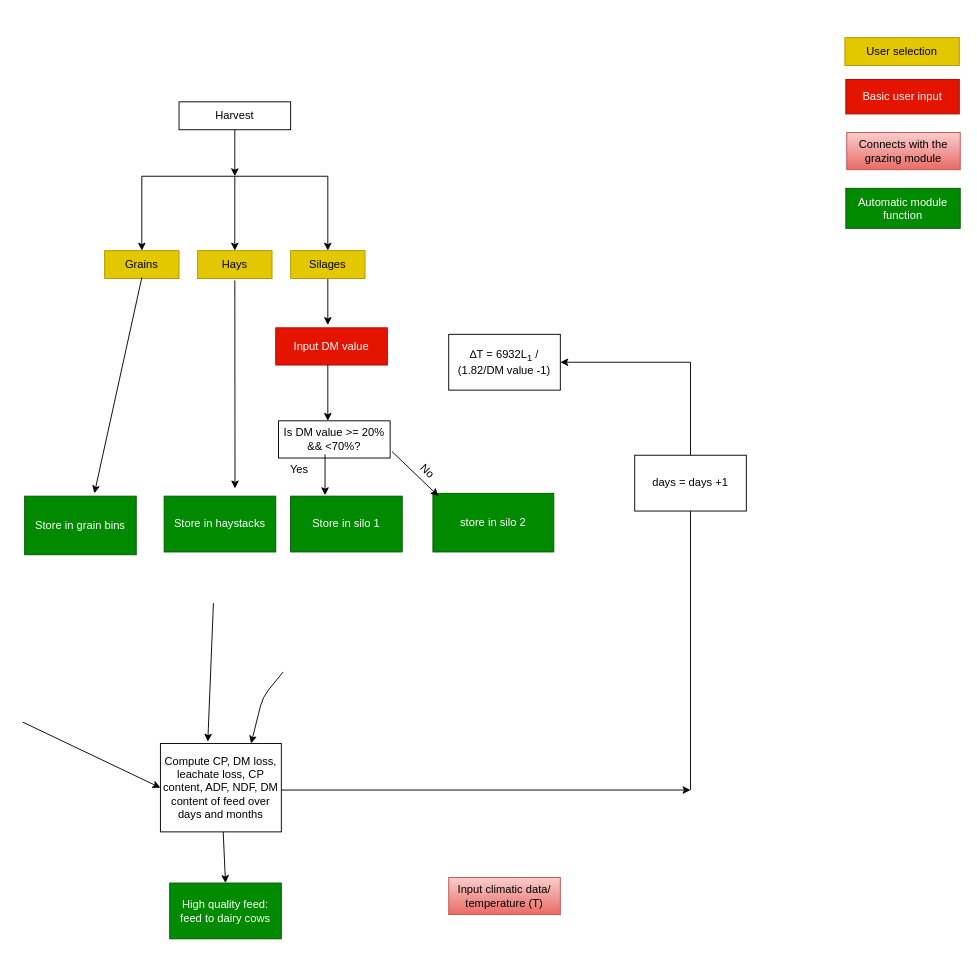
This is Untitled Diagram.drawio from Victor-Oribamise/AnimalMachineLerning, a draw.io file, before an edit. Source tidied: cells renumbered, new cells numbered last; positions are measured from the earlier drawing's top-left corner, leaving out a move shared by most shapes. Both pictures are drawn from the tidied source at 93%, with x=0, y=0 at pixel (22, 37).
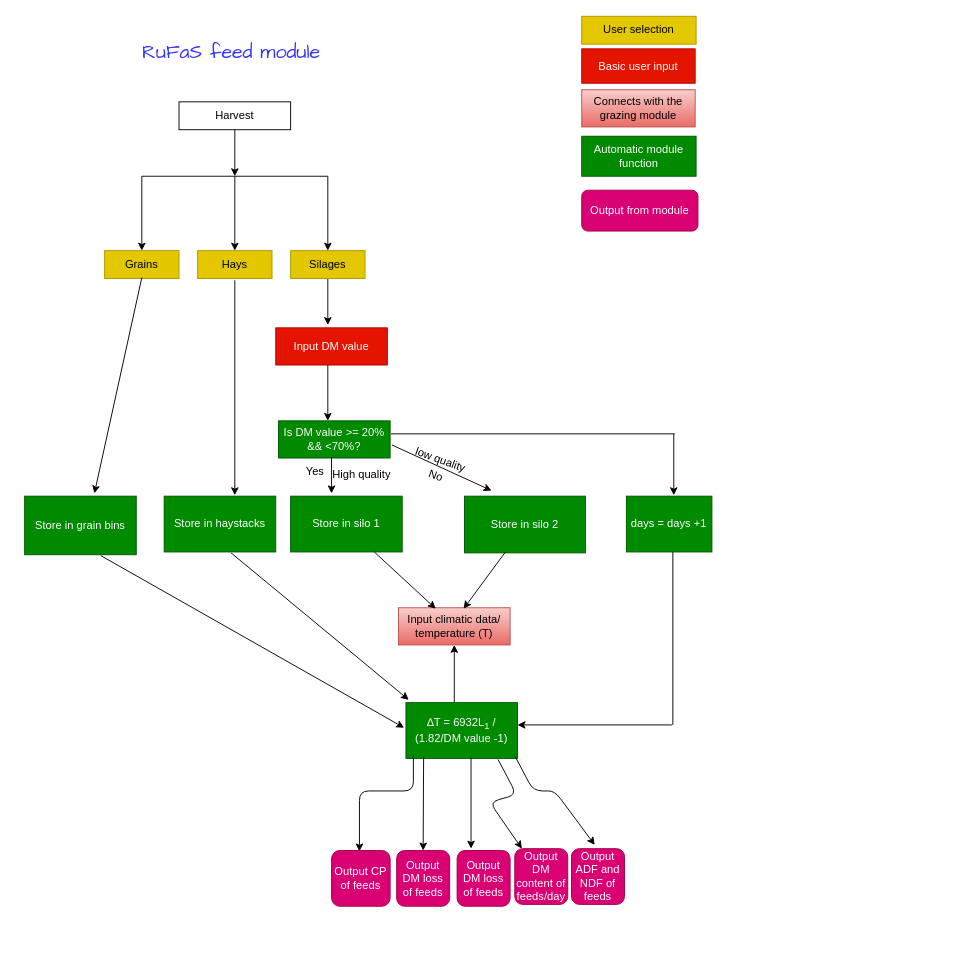
Above is the later version.

The change refers to these unchanged cells:
```xml
<mxCell id="20" value="Store in silo 1" style="rounded=0;whiteSpace=wrap;html=1;fillColor=#008a00;strokeColor=#005700;fontColor=#ffffff;" parent="1" vertex="1">
  <mxGeometry x="288" y="493" width="120" height="60" as="geometry" />
</mxCell>
<mxCell id="21" value="Store in haystacks" style="rounded=0;whiteSpace=wrap;html=1;fillColor=#008a00;strokeColor=#005700;fontColor=#ffffff;" parent="1" vertex="1">
  <mxGeometry x="152" y="493" width="120" height="60" as="geometry" />
</mxCell>
```

Change to the diagram source:
```diff
@@
     <mxCell id="11" value="Input climatic data/ temperature (T)" style="rounded=0;whiteSpace=wrap;html=1;fillColor=#f8cecc;strokeColor=#b85450;gradientColor=#ea6b66;" parent="1" vertex="1">
-      <mxGeometry x="458" y="903" width="120" height="40" as="geometry" />
+      <mxGeometry x="404" y="613" width="120" height="40" as="geometry" />
     </mxCell>
@@
-    <mxCell id="13" value="Is DM value &amp;gt;= 20% &amp;amp;&amp;amp; &amp;lt;70%?" style="rounded=0;whiteSpace=wrap;html=1;" parent="1" vertex="1">
+    <mxCell id="13" value="Is DM value &amp;gt;= 20% &amp;amp;&amp;amp; &amp;lt;70%?" style="rounded=0;whiteSpace=wrap;html=1;fillColor=#008a00;strokeColor=#005700;fontColor=#ffffff;" parent="1" vertex="1">
       <mxGeometry x="275" y="412" width="120" height="40" as="geometry" />
     </mxCell>
-    <mxCell id="14" style="endArrow=classic;html=1;" parent="1" edge="1">
-      <mxGeometry relative="1" as="geometry">
-        <mxPoint x="325" y="448" as="sourcePoint" />
-        <mxPoint x="325" y="492" as="targetPoint" />
-      </mxGeometry>
-    </mxCell>
-    <mxCell id="15" value="No" style="text;html=1;align=center;verticalAlign=middle;strokeColor=none;rotation=45;" parent="1" vertex="1">
-      <mxGeometry x="420" y="456" width="30" height="20" as="geometry" />
+    <mxCell id="15" value="No" style="text;html=1;align=center;verticalAlign=middle;strokeColor=none;rotation=20;" parent="1" vertex="1">
+      <mxGeometry x="429" y="461" width="30" height="20" as="geometry" />
     </mxCell>
-    <mxCell id="16" value="store in silo 2" style="rounded=0;whiteSpace=wrap;html=1;fillColor=#008a00;strokeColor=#005700;fontColor=#ffffff;" parent="1" vertex="1">
-      <mxGeometry x="441" y="490" width="130" height="63" as="geometry" />
+    <mxCell id="16" value="Store in silo 2" style="rounded=0;whiteSpace=wrap;html=1;fillColor=#008a00;strokeColor=#005700;fontColor=#ffffff;" parent="1" vertex="1">
+      <mxGeometry x="475" y="493" width="130" height="61" as="geometry" />
     </mxCell>
-    <mxCell id="17" style="endArrow=classic;html=1;entryX=0.635;entryY=-0.138;entryDx=0;entryDy=0;entryPerimeter=0;" parent="1" edge="1" target="21">
+    <mxCell id="17" style="endArrow=classic;html=1;" parent="1" edge="1">
       <mxGeometry relative="1" as="geometry">
         <mxPoint x="228" y="261" as="sourcePoint" />
+        <mxPoint x="228" y="492" as="targetPoint" />
       </mxGeometry>
     </mxCell>
@@
-    <mxCell id="19" value="Compute CP, DM loss, leachate loss, CP content, ADF, NDF, DM content of feed over days and months" style="rounded=0;whiteSpace=wrap;html=1;" parent="1" vertex="1">
-      <mxGeometry x="148" y="759" width="130" height="95" as="geometry" />
-    </mxCell>
@@
-    <mxCell id="23" style="endArrow=classic;html=1;" parent="1" edge="1">
-      <mxGeometry relative="1" as="geometry">
-        <mxPoint x="278" y="809" as="sourcePoint" />
-        <mxPoint x="718" y="809" as="targetPoint" />
-      </mxGeometry>
-    </mxCell>
-    <mxCell id="24" style="endArrow=none;html=1;" parent="1" edge="1" target="25">
-      <mxGeometry relative="1" as="geometry">
-        <mxPoint x="718" y="809" as="sourcePoint" />
-      </mxGeometry>
-    </mxCell>
-    <mxCell id="25" value="days = days +1" style="rounded=0;whiteSpace=wrap;html=1;" parent="1" vertex="1">
-      <mxGeometry x="658" y="449" width="120" height="60" as="geometry" />
+    <mxCell id="25" value="days = days +1" style="rounded=0;whiteSpace=wrap;html=1;fillColor=#008a00;strokeColor=#005700;fontColor=#ffffff;" parent="1" vertex="1">
+      <mxGeometry x="649" y="493" width="92" height="60" as="geometry" />
     </mxCell>
-    <mxCell id="26" value="&lt;p&gt;&lt;span&gt;∆&lt;/span&gt;T = 6932L&lt;sub&gt;1&lt;/sub&gt; / (1.82/DM value -1)&lt;br&gt;&lt;/p&gt;&lt;sub&gt;&lt;/sub&gt;" style="rounded=0;whiteSpace=wrap;html=1;" parent="1" vertex="1">
-      <mxGeometry x="458" y="319" width="120" height="60" as="geometry" />
+    <mxCell id="26" value="&lt;p&gt;&lt;span&gt;∆&lt;/span&gt;T = 6932L&lt;sub&gt;1&lt;/sub&gt; / (1.82/DM value -1)&lt;br&gt;&lt;/p&gt;&lt;sub&gt;&lt;/sub&gt;" style="rounded=0;whiteSpace=wrap;html=1;fillColor=#008a00;strokeColor=#005700;fontColor=#ffffff;" parent="1" vertex="1">
+      <mxGeometry x="412" y="715" width="120" height="60" as="geometry" />
     </mxCell>
-    <mxCell id="27" style="endArrow=none;html=1;" parent="1" edge="1">
-      <mxGeometry relative="1" as="geometry">
-        <mxPoint x="718" y="449" as="sourcePoint" />
-        <mxPoint x="718" y="349" as="targetPoint" />
-      </mxGeometry>
-    </mxCell>
-    <mxCell id="28" style="endArrow=classic;html=1;" parent="1" edge="1">
-      <mxGeometry relative="1" as="geometry">
-        <mxPoint x="718" y="349" as="sourcePoint" />
-        <mxPoint x="578" y="349" as="targetPoint" />
-      </mxGeometry>
-    </mxCell>
-    <mxCell id="29" style="endArrow=classic;html=1;" parent="1" edge="1">
-      <mxGeometry relative="1" as="geometry">
-        <mxPoint x="215.5" y="854" as="sourcePoint" />
-        <mxPoint x="218" y="909" as="targetPoint" />
-      </mxGeometry>
-    </mxCell>
-    <mxCell id="30" style="endArrow=classic;html=1;entryX=0.392;entryY=-0.021;entryDx=0;entryDy=0;entryPerimeter=0;" parent="1" edge="1" target="19">
+    <mxCell id="30" style="endArrow=classic;html=1;" parent="1" edge="1">
       <mxGeometry relative="1" as="geometry">
-        <mxPoint x="205" y="608" as="sourcePoint" />
+        <mxPoint x="84" y="557" as="sourcePoint" />
+        <mxPoint x="410" y="742" as="targetPoint" />
       </mxGeometry>
     </mxCell>
-    <mxCell id="31" style="endArrow=classic;html=1;entryX=0;entryY=0.5;entryDx=0;entryDy=0;" parent="1" edge="1" target="19">
-      <mxGeometry relative="1" as="geometry">
-        <mxPoint y="736" as="sourcePoint" />
-      </mxGeometry>
-    </mxCell>
-    <mxCell id="32" style="endArrow=classic;html=1;entryX=0.75;entryY=0;entryDx=0;entryDy=0;" parent="1" edge="1" target="19">
-      <mxGeometry relative="1" as="geometry">
-        <mxPoint x="280" y="682" as="sourcePoint" />
-        <Array as="points">
-          <mxPoint x="258" y="709" />
-        </Array>
-      </mxGeometry>
-    </mxCell>
-    <mxCell id="33" value="High quality feed: feed to dairy cows" style="rounded=0;whiteSpace=wrap;html=1;fillColor=#008a00;strokeColor=#005700;fontColor=#ffffff;" parent="1" vertex="1">
-      <mxGeometry x="158" y="909" width="120" height="60" as="geometry" />
-    </mxCell>
     <mxCell id="34" value="User selection" style="rounded=0;whiteSpace=wrap;html=1;fillColor=#e3c800;strokeColor=#B09500;fontColor=#000000;" parent="1" vertex="1">
-      <mxGeometry x="884" width="123" height="30" as="geometry" />
+      <mxGeometry x="601" y="-23" width="123" height="30" as="geometry" />
     </mxCell>
@@
     <mxCell id="36" value="Basic user input" style="rounded=0;whiteSpace=wrap;html=1;fillColor=#e51400;strokeColor=#B20000;fontColor=#ffffff;" parent="1" vertex="1">
-      <mxGeometry x="885" y="45" width="122" height="37" as="geometry" />
+      <mxGeometry x="601" y="12" width="122" height="37" as="geometry" />
     </mxCell>
     <mxCell id="37" value="Connects with the grazing module" style="rounded=0;whiteSpace=wrap;html=1;fillColor=#f8cecc;strokeColor=#b85450;gradientColor=#ea6b66;" parent="1" vertex="1">
-      <mxGeometry x="886" y="102" width="122" height="40" as="geometry" />
+      <mxGeometry x="601" y="56" width="122" height="40" as="geometry" />
     </mxCell>
@@
     <mxCell id="39" value="Automatic module function" style="rounded=0;whiteSpace=wrap;html=1;fillColor=#008a00;strokeColor=#005700;fontColor=#ffffff;" parent="1" vertex="1">
-      <mxGeometry x="885" y="162" width="123" height="43" as="geometry" />
+      <mxGeometry x="601" y="106" width="123" height="43" as="geometry" />
     </mxCell>
     <mxCell id="40" value="Yes" style="text;html=1;align=center;verticalAlign=middle;strokeColor=none;" parent="1" vertex="1">
-      <mxGeometry x="282" y="456" width="30" height="18" as="geometry" />
+      <mxGeometry x="299" y="458" width="30" height="18" as="geometry" />
     </mxCell>
-    <mxCell id="41" style="endArrow=classic;html=1;" parent="1" edge="1">
-      <mxGeometry relative="1" as="geometry">
-        <mxPoint x="397" y="445" as="sourcePoint" />
-        <mxPoint x="447" y="493" as="targetPoint" />
-      </mxGeometry>
-    </mxCell>
+    <mxCell id="42" value="low quality" style="text;html=1;align=center;verticalAlign=middle;strokeColor=none;rotation=20;" parent="1" vertex="1">
+      <mxGeometry x="416" y="445" width="66" height="18" as="geometry" />
+    </mxCell>
+    <mxCell id="43" value="High quality" style="text;html=1;align=center;verticalAlign=middle;strokeColor=none;" parent="1" vertex="1">
+      <mxGeometry x="327" y="461" width="73" height="18" as="geometry" />
+    </mxCell>
+    <mxCell id="44" style="endArrow=classic;html=1;exitX=0.75;exitY=1;exitDx=0;exitDy=0;" parent="1" edge="1" source="20">
+      <mxGeometry relative="1" as="geometry">
+        <mxPoint x="444" y="614" as="targetPoint" />
+      </mxGeometry>
+    </mxCell>
+    <mxCell id="45" style="endArrow=classic;html=1;" parent="1" edge="1">
+      <mxGeometry relative="1" as="geometry">
+        <mxPoint x="519" y="553" as="sourcePoint" />
+        <mxPoint x="474" y="614" as="targetPoint" />
+      </mxGeometry>
+    </mxCell>
+    <mxCell id="46" style="endArrow=none;html=1;" parent="1" edge="1">
+      <mxGeometry relative="1" as="geometry">
+        <mxPoint x="396" y="426" as="sourcePoint" />
+        <mxPoint x="701" y="426" as="targetPoint" />
+      </mxGeometry>
+    </mxCell>
+    <mxCell id="47" style="endArrow=classic;html=1;" parent="1" edge="1">
+      <mxGeometry relative="1" as="geometry">
+        <mxPoint x="700" y="426" as="sourcePoint" />
+        <mxPoint x="700" y="492" as="targetPoint" />
+      </mxGeometry>
+    </mxCell>
+    <mxCell id="48" style="endArrow=classic;html=1;" parent="1" edge="1">
+      <mxGeometry relative="1" as="geometry">
+        <mxPoint x="698" y="739" as="sourcePoint" />
+        <mxPoint x="532" y="739" as="targetPoint" />
+      </mxGeometry>
+    </mxCell>
+    <mxCell id="49" style="endArrow=none;html=1;" parent="1" edge="1">
+      <mxGeometry relative="1" as="geometry">
+        <mxPoint x="699" y="739" as="sourcePoint" />
+        <mxPoint x="699" y="553" as="targetPoint" />
+      </mxGeometry>
+    </mxCell>
+    <mxCell id="50" style="endArrow=classic;html=1;entryX=0.5;entryY=1;entryDx=0;entryDy=0;" parent="1" edge="1" target="11">
+      <mxGeometry relative="1" as="geometry">
+        <mxPoint x="464" y="715" as="sourcePoint" />
+      </mxGeometry>
+    </mxCell>
+    <mxCell id="51" style="endArrow=classic;html=1;exitX=0.6;exitY=1.017;exitDx=0;exitDy=0;exitPerimeter=0;" parent="1" edge="1" source="21">
+      <mxGeometry relative="1" as="geometry">
+        <mxPoint x="415" y="712" as="targetPoint" />
+      </mxGeometry>
+    </mxCell>
+    <mxCell id="52" style="endArrow=classic;html=1;" parent="1" edge="1">
+      <mxGeometry relative="1" as="geometry">
+        <mxPoint x="420" y="771" as="sourcePoint" />
+        <mxPoint x="362" y="875" as="targetPoint" />
+        <Array as="points">
+          <mxPoint x="420" y="810" />
+          <mxPoint x="362" y="810" />
+        </Array>
+      </mxGeometry>
+    </mxCell>
+    <mxCell id="53" style="endArrow=classic;html=1;entryX=0.5;entryY=0;entryDx=0;entryDy=0;" parent="1" edge="1" target="55">
+      <mxGeometry relative="1" as="geometry">
+        <mxPoint x="431" y="773" as="sourcePoint" />
+      </mxGeometry>
+    </mxCell>
+    <mxCell id="54" value="Output CP of feeds" style="rounded=1;whiteSpace=wrap;html=1;fillColor=#d80073;strokeColor=#A50040;fontColor=#ffffff;" parent="1" vertex="1">
+      <mxGeometry x="332" y="874" width="63" height="60" as="geometry" />
+    </mxCell>
+    <mxCell id="55" value="Output DM loss of feeds" style="rounded=1;whiteSpace=wrap;html=1;fillColor=#d80073;strokeColor=#A50040;fontColor=#ffffff;" parent="1" vertex="1">
+      <mxGeometry x="402" y="874" width="57" height="60" as="geometry" />
+    </mxCell>
+    <mxCell id="56" value="Output DM loss of feeds" style="rounded=1;whiteSpace=wrap;html=1;fillColor=#d80073;strokeColor=#A50040;fontColor=#ffffff;" parent="1" vertex="1">
+      <mxGeometry x="467" y="874" width="57" height="60" as="geometry" />
+    </mxCell>
+    <mxCell id="57" style="endArrow=classic;html=1;" parent="1" edge="1">
+      <mxGeometry relative="1" as="geometry">
+        <mxPoint x="482" y="774" as="sourcePoint" />
+        <mxPoint x="482" y="872" as="targetPoint" />
+      </mxGeometry>
+    </mxCell>
+    <mxCell id="58" style="endArrow=classic;html=1;exitX=0.825;exitY=1.017;exitDx=0;exitDy=0;exitPerimeter=0;" parent="1" edge="1" source="26" target="59">
+      <mxGeometry relative="1" as="geometry">
+        <Array as="points">
+          <mxPoint x="531" y="814" />
+          <mxPoint x="502" y="822" />
+        </Array>
+      </mxGeometry>
+    </mxCell>
+    <mxCell id="59" value="Output DM content of feeds/day" style="rounded=1;whiteSpace=wrap;html=1;fillColor=#d80073;strokeColor=#A50040;fontColor=#ffffff;" parent="1" vertex="1">
+      <mxGeometry x="529" y="872" width="57" height="60" as="geometry" />
+    </mxCell>
+    <mxCell id="60" style="endArrow=classic;html=1;" parent="1" edge="1">
+      <mxGeometry relative="1" as="geometry">
+        <mxPoint x="529" y="772" as="sourcePoint" />
+        <mxPoint x="615" y="868" as="targetPoint" />
+        <Array as="points">
+          <mxPoint x="549" y="810" />
+          <mxPoint x="572" y="810" />
+        </Array>
+      </mxGeometry>
+    </mxCell>
+    <mxCell id="61" value="Output ADF and NDF of feeds" style="rounded=1;whiteSpace=wrap;html=1;fillColor=#d80073;strokeColor=#A50040;fontColor=#ffffff;" parent="1" vertex="1">
+      <mxGeometry x="590" y="872" width="57" height="60" as="geometry" />
+    </mxCell>
+    <mxCell id="62" value="Output from module" style="rounded=1;whiteSpace=wrap;html=1;fillColor=#d80073;strokeColor=#A50040;fontColor=#ffffff;" parent="1" vertex="1">
+      <mxGeometry x="601" y="164" width="125" height="44" as="geometry" />
+    </mxCell>
+    <mxCell id="63" value="&lt;font style=&quot;font-size: 21px&quot; face=&quot;Comic Sans MS&quot; color=&quot;#3333FF&quot;&gt;RuFaS feed module&lt;br&gt;&lt;/font&gt;" style="text;html=1;align=center;verticalAlign=middle;strokeColor=none;" parent="1" vertex="1">
+      <mxGeometry x="124" y="3.5" width="199" height="23" as="geometry" />
+    </mxCell>
+    <mxCell id="64" style="endArrow=classic;html=1;" parent="1" edge="1">
+      <mxGeometry relative="1" as="geometry">
+        <mxPoint x="332" y="451" as="sourcePoint" />
+        <mxPoint x="332" y="490" as="targetPoint" />
+      </mxGeometry>
+    </mxCell>
+    <mxCell id="65" style="endArrow=classic;html=1;" parent="1" edge="1">
+      <mxGeometry relative="1" as="geometry">
+        <mxPoint x="397" y="438" as="sourcePoint" />
+        <mxPoint x="504" y="487" as="targetPoint" />
+      </mxGeometry>
+    </mxCell>
```
